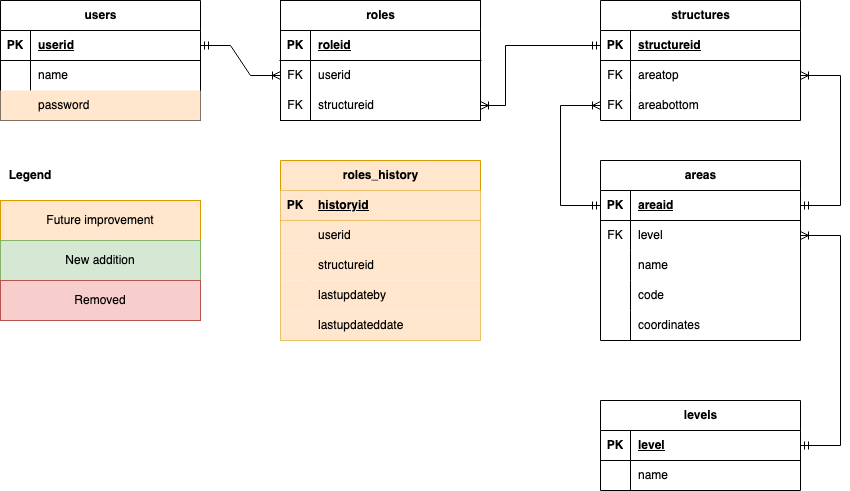
The draw.io diagram design/geo-iam-ERD.drawio.png in heerden/geo-iam, before a commit. Source tidied: cells renumbered, new cells last; positions are measured from the earlier drawing's top-left corner, leaving out a move shared by most shapes.
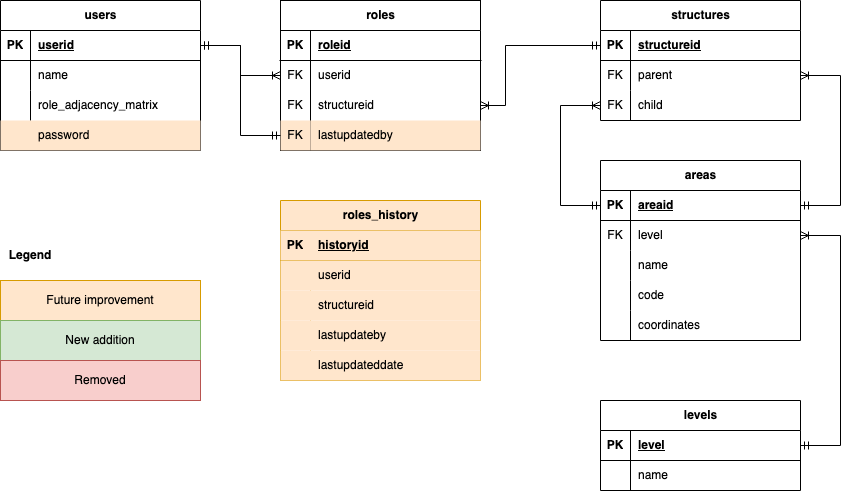
After the change.

The edit, as a diff of the source:
```diff
@@ -3,7 +3,7 @@
     <mxCell id="0" />
     <mxCell id="1" parent="0" />
     <mxCell id="2" value="roles" style="shape=table;startSize=30;rowLines=0;fontStyle=1;align=center;html=1;" parent="1" vertex="1">
-      <mxGeometry x="280" width="200" height="120" as="geometry" />
+      <mxGeometry x="280" width="200" height="150" as="geometry" />
     </mxCell>
     <mxCell id="3" style="shape=tableRow;horizontal=0;startSize=0;swimlaneHead=0;swimlaneBody=0;fillColor=none;top=0;left=0;right=0;bottom=1;" parent="2" vertex="1">
       <mxGeometry y="30" width="200" height="30" as="geometry" />
@@ -32,6 +32,15 @@
     <mxCell id="11" value="structureid" style="shape=partialRectangle;fillColor=none;top=0;left=0;bottom=0;right=0;align=left;spacingLeft=6;overflow=hidden;whiteSpace=wrap;html=1;" parent="9" vertex="1">
       <mxGeometry x="30" width="170" height="30" as="geometry" />
     </mxCell>
+    <mxCell id="80" style="shape=tableRow;horizontal=0;startSize=0;swimlaneHead=0;swimlaneBody=0;fillColor=none;points=[[0,0.5],[1,0.5]];portConstraint=eastwest;top=0;left=0;right=0;bottom=0;" parent="2" vertex="1">
+      <mxGeometry y="120" width="200" height="30" as="geometry" />
+    </mxCell>
+    <mxCell id="81" value="FK" style="shape=partialRectangle;fillColor=#ffe6cc;top=0;left=0;bottom=0;right=0;overflow=hidden;whiteSpace=wrap;html=1;strokeColor=#d79b00;" parent="80" vertex="1">
+      <mxGeometry width="30" height="30" as="geometry" />
+    </mxCell>
+    <mxCell id="82" value="lastupdatedby" style="shape=partialRectangle;fillColor=#ffe6cc;top=0;left=0;bottom=0;right=0;align=left;spacingLeft=6;overflow=hidden;whiteSpace=wrap;html=1;strokeColor=#d79b00;" parent="80" vertex="1">
+      <mxGeometry x="30" width="170" height="30" as="geometry" />
+    </mxCell>
     <mxCell id="12" value="levels" style="shape=table;startSize=30;rowLines=0;fontStyle=1;align=center;html=1;" parent="1" vertex="1">
       <mxGeometry x="600" y="400" width="200" height="90" as="geometry" />
     </mxCell>
@@ -71,7 +80,7 @@
     <mxCell id="24" value="FK" style="shape=partialRectangle;fillColor=none;top=0;left=0;bottom=0;right=0;overflow=hidden;whiteSpace=wrap;html=1;" parent="23" vertex="1">
       <mxGeometry width="30" height="30" as="geometry" />
     </mxCell>
-    <mxCell id="25" value="areatop" style="shape=partialRectangle;fillColor=none;top=0;left=0;bottom=0;right=0;align=left;spacingLeft=6;overflow=hidden;whiteSpace=wrap;html=1;" parent="23" vertex="1">
+    <mxCell id="25" value="parent" style="shape=partialRectangle;fillColor=none;top=0;left=0;bottom=0;right=0;align=left;spacingLeft=6;overflow=hidden;whiteSpace=wrap;html=1;" parent="23" vertex="1">
       <mxGeometry x="30" width="170" height="30" as="geometry" />
     </mxCell>
     <mxCell id="26" style="shape=tableRow;horizontal=0;startSize=0;swimlaneHead=0;swimlaneBody=0;fillColor=none;points=[[0,0.5],[1,0.5]];portConstraint=eastwest;top=0;left=0;right=0;bottom=0;" parent="19" vertex="1">
@@ -80,14 +89,14 @@
     <mxCell id="27" value="FK" style="shape=partialRectangle;fillColor=none;top=0;left=0;bottom=0;right=0;overflow=hidden;whiteSpace=wrap;html=1;" parent="26" vertex="1">
       <mxGeometry width="30" height="30" as="geometry" />
     </mxCell>
-    <mxCell id="28" value="areabottom" style="shape=partialRectangle;fillColor=none;top=0;left=0;bottom=0;right=0;align=left;spacingLeft=6;overflow=hidden;whiteSpace=wrap;html=1;" parent="26" vertex="1">
+    <mxCell id="28" value="child" style="shape=partialRectangle;fillColor=none;top=0;left=0;bottom=0;right=0;align=left;spacingLeft=6;overflow=hidden;whiteSpace=wrap;html=1;" parent="26" vertex="1">
       <mxGeometry x="30" width="170" height="30" as="geometry" />
     </mxCell>
-    <mxCell id="29" style="edgeStyle=entityRelationEdgeStyle;fontSize=12;html=1;endArrow=ERoneToMany;startArrow=ERmandOne;rounded=0;exitX=1;exitY=0.5;exitDx=0;exitDy=0;entryX=0;entryY=0.5;entryDx=0;entryDy=0;" parent="1" edge="1" source="63" target="6">
+    <mxCell id="29" style="edgeStyle=orthogonalEdgeStyle;fontSize=12;html=1;endArrow=ERoneToMany;startArrow=ERmandOne;rounded=0;exitX=1;exitY=0.5;exitDx=0;exitDy=0;entryX=0;entryY=0.5;entryDx=0;entryDy=0;" parent="1" edge="1" source="63" target="6">
       <mxGeometry relative="1" as="geometry" />
     </mxCell>
     <mxCell id="30" value="roles_history" style="shape=table;startSize=30;rowLines=0;fontStyle=1;align=center;html=1;fillColor=#ffe6cc;strokeColor=#d79b00;" parent="1" vertex="1">
-      <mxGeometry x="280" y="160" width="200" height="180" as="geometry" />
+      <mxGeometry x="280" y="200" width="200" height="180" as="geometry" />
     </mxCell>
     <mxCell id="31" style="shape=tableRow;horizontal=0;startSize=0;swimlaneHead=0;swimlaneBody=0;fillColor=#ffe6cc;top=0;left=0;right=0;bottom=1;strokeColor=#d79b00;" parent="30" vertex="1">
       <mxGeometry y="30" width="200" height="30" as="geometry" />
@@ -183,7 +192,7 @@
       <mxGeometry x="30" width="170" height="30" as="geometry" />
     </mxCell>
     <mxCell id="62" value="users" style="shape=table;startSize=30;rowLines=0;fontStyle=1;align=center;html=1;" parent="1" vertex="1">
-      <mxGeometry width="200" height="120" as="geometry" />
+      <mxGeometry width="200" height="150" as="geometry" />
     </mxCell>
     <mxCell id="63" style="shape=tableRow;horizontal=0;startSize=0;swimlaneHead=0;swimlaneBody=0;fillColor=none;points=[[0,0.5],[1,0.5]];portConstraint=eastwest;top=0;left=0;right=0;bottom=1;" parent="62" vertex="1">
       <mxGeometry y="30" width="200" height="30" as="geometry" />
@@ -203,8 +212,17 @@
     <mxCell id="68" value="name" style="shape=partialRectangle;fillColor=none;top=0;left=0;bottom=0;right=0;align=left;spacingLeft=6;overflow=hidden;whiteSpace=wrap;html=1;" parent="66" vertex="1">
       <mxGeometry x="30" width="170" height="30" as="geometry" />
     </mxCell>
+    <mxCell id="83" style="shape=tableRow;horizontal=0;startSize=0;swimlaneHead=0;swimlaneBody=0;fillColor=none;top=0;left=0;right=0;bottom=0;" parent="62" vertex="1">
+      <mxGeometry y="90" width="200" height="30" as="geometry" />
+    </mxCell>
+    <mxCell id="84" style="shape=partialRectangle;fillColor=none;top=0;left=0;bottom=0;right=0;overflow=hidden;whiteSpace=wrap;html=1;" parent="83" vertex="1">
+      <mxGeometry width="30" height="30" as="geometry" />
+    </mxCell>
+    <mxCell id="85" value="role_adjacency_matrix" style="shape=partialRectangle;fillColor=none;top=0;left=0;bottom=0;right=0;align=left;spacingLeft=6;overflow=hidden;whiteSpace=wrap;html=1;" parent="83" vertex="1">
+      <mxGeometry x="30" width="170" height="30" as="geometry" />
+    </mxCell>
     <mxCell id="69" style="shape=tableRow;horizontal=0;startSize=0;swimlaneHead=0;swimlaneBody=0;fillColor=#ffe6cc;top=0;left=0;right=0;bottom=0;strokeColor=#d79b00;" parent="62" vertex="1">
-      <mxGeometry y="90" width="200" height="30" as="geometry" />
+      <mxGeometry y="120" width="200" height="30" as="geometry" />
     </mxCell>
     <mxCell id="70" style="shape=partialRectangle;fillColor=none;top=0;left=0;bottom=0;right=0;overflow=hidden;whiteSpace=wrap;html=1;" parent="69" vertex="1">
       <mxGeometry width="30" height="30" as="geometry" />
@@ -245,16 +263,19 @@
       </mxGeometry>
     </mxCell>
     <mxCell id="76" value="Future improvement" style="rounded=0;whiteSpace=wrap;html=1;fillColor=#ffe6cc;strokeColor=#d79b00;" parent="1" vertex="1">
-      <mxGeometry y="200" width="200" height="40" as="geometry" />
+      <mxGeometry y="280" width="200" height="40" as="geometry" />
     </mxCell>
     <mxCell id="77" value="Legend" style="text;html=1;align=center;verticalAlign=middle;whiteSpace=wrap;rounded=0;fontStyle=1;" parent="1" vertex="1">
-      <mxGeometry y="160" width="60" height="30" as="geometry" />
+      <mxGeometry y="240" width="60" height="30" as="geometry" />
     </mxCell>
     <mxCell id="78" value="New addition" style="rounded=0;whiteSpace=wrap;html=1;fillColor=#d5e8d4;strokeColor=#82b366;" parent="1" vertex="1">
-      <mxGeometry y="240" width="200" height="40" as="geometry" />
+      <mxGeometry y="320" width="200" height="40" as="geometry" />
     </mxCell>
     <mxCell id="79" value="Removed" style="rounded=0;whiteSpace=wrap;html=1;fillColor=#f8cecc;strokeColor=#b85450;" parent="1" vertex="1">
-      <mxGeometry y="280" width="200" height="40" as="geometry" />
+      <mxGeometry y="360" width="200" height="40" as="geometry" />
     </mxCell>
+    <mxCell id="86" style="edgeStyle=orthogonalEdgeStyle;fontSize=12;html=1;endArrow=ERmandOne;startArrow=ERmandOne;rounded=0;entryX=0;entryY=0.5;entryDx=0;entryDy=0;exitX=1;exitY=0.5;exitDx=0;exitDy=0;" parent="1" edge="1" source="63" target="80">
+      <mxGeometry relative="1" as="geometry" />
+    </mxCell>
   </root>
 </mxGraphModel>
```
